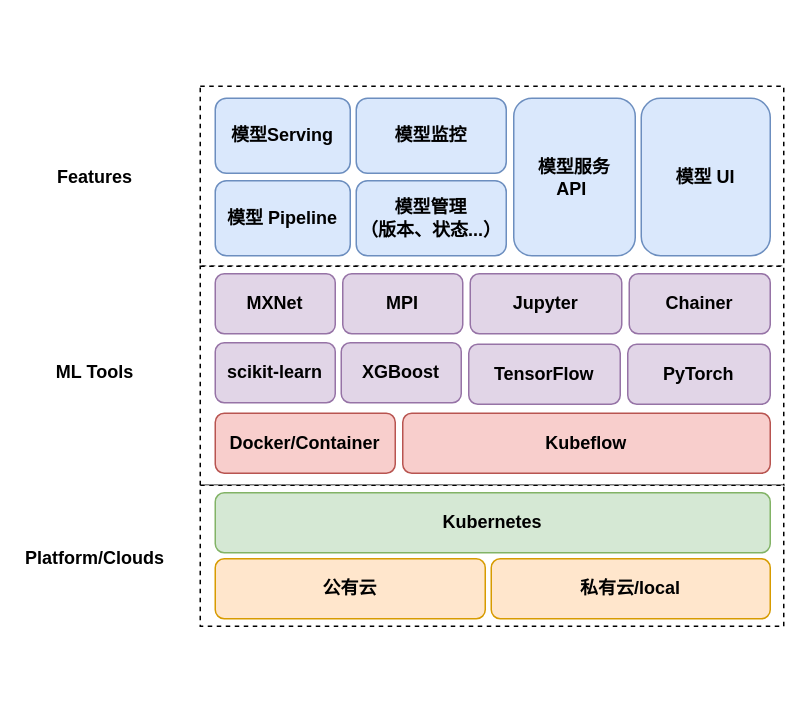
Above: ev-warning-platform.drawio in Max-yuki/share (draw.io), before the change. Source tidied: cells renumbered, new cells numbered last; positions are measured from the earlier drawing's top-left corner, leaving out a move shared by most shapes. Both pictures are drawn from the tidied source at 150%, with x=0, y=0 at pixel (50, 86).
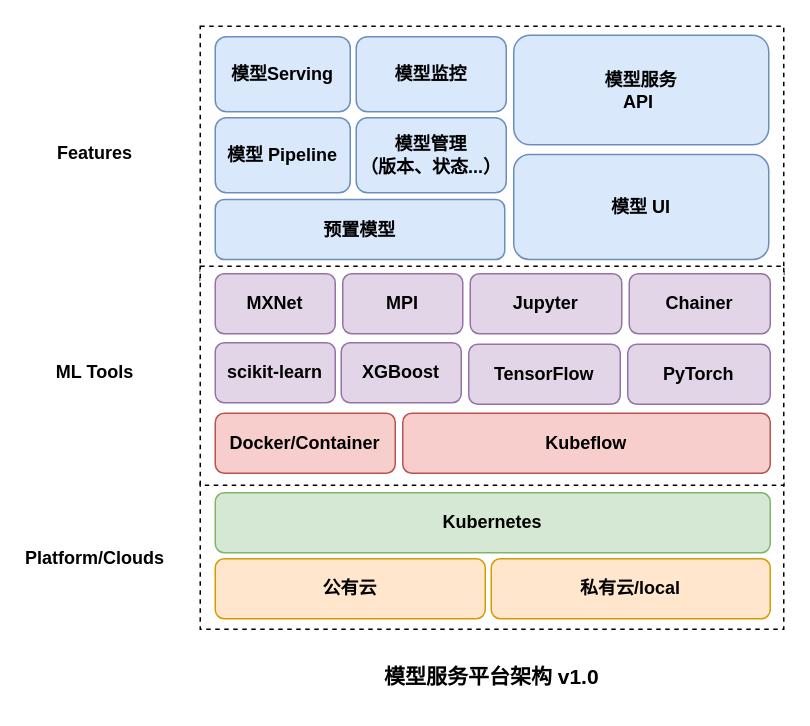
The same diagram, later.

The edit, as a diff of the source:
```diff
@@
     <mxCell id="2" style="rounded=0;whiteSpace=wrap;html=1;dashed=1;fontStyle=1;gradientColor=#ffffff;gradientDirection=east;" parent="1" vertex="1">
-      <mxGeometry x="100" width="389" height="120" as="geometry" />
+      <mxGeometry x="100" y="-40" width="389" height="170" as="geometry" />
     </mxCell>
+    <mxCell id="27" style="rounded=0;whiteSpace=wrap;html=1;dashed=1;fontStyle=1;" parent="1" vertex="1">
+      <mxGeometry x="100" y="263" width="389" height="99" as="geometry" />
+    </mxCell>
@@
-    <mxCell id="4" style="rounded=0;whiteSpace=wrap;html=1;dashed=1;fontStyle=1;" parent="1" vertex="1">
-      <mxGeometry x="100" y="266" width="389" height="94" as="geometry" />
-    </mxCell>
@@
     <mxCell id="18" value="模型服务 &lt;br&gt;API&amp;nbsp;" style="rounded=1;whiteSpace=wrap;html=1;fillColor=#dae8fc;strokeColor=#6c8ebf;fontStyle=1;" parent="1" vertex="1">
-      <mxGeometry x="309" y="8" width="81" height="105" as="geometry" />
+      <mxGeometry x="309" y="-34" width="170" height="73" as="geometry" />
     </mxCell>
     <mxCell id="19" value="模型监控" style="rounded=1;whiteSpace=wrap;html=1;fillColor=#dae8fc;strokeColor=#6c8ebf;fontStyle=1;" parent="1" vertex="1">
-      <mxGeometry x="204" y="8" width="100" height="50" as="geometry" />
+      <mxGeometry x="204" y="-33" width="100" height="50" as="geometry" />
     </mxCell>
     <mxCell id="20" value="模型Serving" style="rounded=1;whiteSpace=wrap;html=1;fillColor=#dae8fc;strokeColor=#6c8ebf;fontStyle=1;" parent="1" vertex="1">
-      <mxGeometry x="110" y="8" width="90" height="50" as="geometry" />
+      <mxGeometry x="110" y="-33" width="90" height="50" as="geometry" />
     </mxCell>
     <mxCell id="21" value="模型 Pipeline" style="rounded=1;whiteSpace=wrap;html=1;fillColor=#dae8fc;strokeColor=#6c8ebf;fontStyle=1;" parent="1" vertex="1">
-      <mxGeometry x="110" y="63" width="90" height="50" as="geometry" />
+      <mxGeometry x="110" y="21" width="90" height="50" as="geometry" />
     </mxCell>
     <mxCell id="22" value="模型管理&lt;br&gt;（版本、状态...）" style="rounded=1;whiteSpace=wrap;html=1;fillColor=#dae8fc;strokeColor=#6c8ebf;fontStyle=1;" parent="1" vertex="1">
-      <mxGeometry x="204" y="63" width="100" height="50" as="geometry" />
+      <mxGeometry x="204" y="21" width="100" height="50" as="geometry" />
     </mxCell>
     <mxCell id="23" value="模型 UI" style="rounded=1;whiteSpace=wrap;html=1;fillColor=#dae8fc;strokeColor=#6c8ebf;fontStyle=1;" parent="1" vertex="1">
-      <mxGeometry x="394" y="8" width="86" height="105" as="geometry" />
+      <mxGeometry x="309" y="45.5" width="170" height="70" as="geometry" />
     </mxCell>
@@
     <mxCell id="26" value="Features" style="text;html=1;strokeColor=none;fillColor=none;align=center;verticalAlign=middle;whiteSpace=wrap;rounded=0;fontStyle=1;" parent="1" vertex="1">
-      <mxGeometry y="45.5" width="60" height="30" as="geometry" />
+      <mxGeometry y="30" width="60" height="30" as="geometry" />
     </mxCell>
+    <mxCell id="28" value="模型服务平台架构 v1.0" style="text;html=1;strokeColor=none;fillColor=none;align=center;verticalAlign=middle;whiteSpace=wrap;rounded=0;fontStyle=1;fontSize=14;" parent="1" vertex="1">
+      <mxGeometry x="218.1" y="379" width="152.8" height="30" as="geometry" />
+    </mxCell>
+    <mxCell id="29" value="预置模型" style="rounded=1;whiteSpace=wrap;html=1;fillColor=#dae8fc;strokeColor=#6c8ebf;fontStyle=1;" parent="1" vertex="1">
+      <mxGeometry x="110" y="75.5" width="193" height="40" as="geometry" />
+    </mxCell>
```
